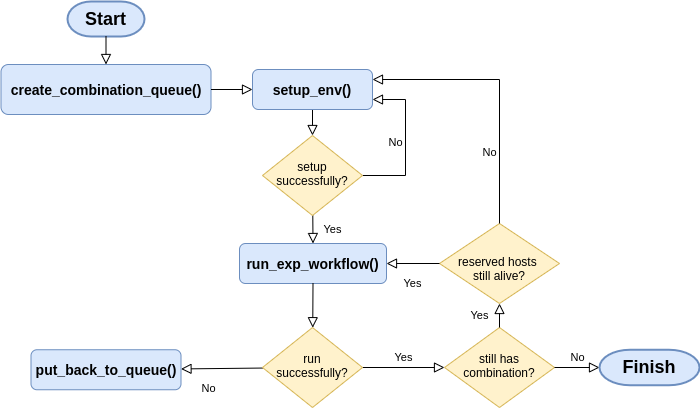
The draw.io diagram images/experiment_flowchart.png in ntlinh16/cloudal, before a commit. Source tidied: cells renumbered, new cells last; positions are measured from the earlier drawing's top-left corner, leaving out a move shared by most shapes.
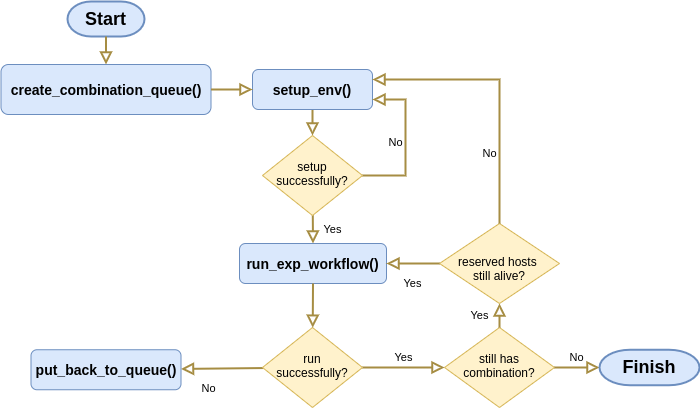
Above is the later version.

Commit message:
doc: change the color of the diagram for dark mode

What changed in the source:
```diff
@@ -2,16 +2,16 @@
   <root>
     <mxCell id="0" />
     <mxCell id="1" parent="0" />
-    <mxCell id="2" style="rounded=0;html=1;jettySize=auto;fontSize=11;endArrow=block;endFill=0;endSize=8;strokeWidth=1;shadow=0;labelBackgroundColor=none;" parent="1" edge="1" source="3" target="6">
+    <mxCell id="2" style="rounded=0;html=1;jettySize=auto;fontSize=11;endArrow=block;endFill=0;endSize=8;strokeWidth=2;shadow=0;labelBackgroundColor=none;strokeColor=#A68D43;" parent="1" edge="1" source="3" target="6">
       <mxGeometry relative="1" as="geometry" />
     </mxCell>
     <mxCell id="3" value="&lt;font style=&quot;font-size: 14px&quot;&gt;&lt;b&gt;setup_env()&lt;/b&gt;&lt;/font&gt;" style="rounded=1;whiteSpace=wrap;html=1;fontSize=12;glass=0;strokeWidth=1;shadow=0;fillColor=#dae8fc;strokeColor=#6c8ebf;" parent="1" vertex="1">
       <mxGeometry x="251" y="68" width="120" height="40" as="geometry" />
     </mxCell>
-    <mxCell id="4" value="Yes" style="rounded=0;html=1;jettySize=auto;fontSize=11;endArrow=block;endFill=0;endSize=8;strokeWidth=1;shadow=0;labelBackgroundColor=none;entryX=0.5;entryY=0;entryDx=0;entryDy=0;" parent="1" edge="1" source="6" target="11">
+    <mxCell id="4" value="Yes" style="rounded=0;html=1;jettySize=auto;fontSize=11;endArrow=block;endFill=0;endSize=8;strokeWidth=2;shadow=0;labelBackgroundColor=none;entryX=0.5;entryY=0;entryDx=0;entryDy=0;strokeColor=#A68D43;" parent="1" edge="1" source="6" target="11">
       <mxGeometry y="20" relative="1" as="geometry" />
     </mxCell>
-    <mxCell id="5" value="No" style="edgeStyle=orthogonalEdgeStyle;rounded=0;html=1;jettySize=auto;fontSize=11;endArrow=block;endFill=0;endSize=8;strokeWidth=1;shadow=0;labelBackgroundColor=none;entryX=1;entryY=0.75;entryDx=0;entryDy=0;exitX=1;exitY=0.5;exitDx=0;exitDy=0;" parent="1" edge="1" source="6" target="3">
+    <mxCell id="5" value="No" style="edgeStyle=orthogonalEdgeStyle;rounded=0;html=1;jettySize=auto;fontSize=11;endArrow=block;endFill=0;endSize=8;strokeWidth=2;shadow=0;labelBackgroundColor=none;entryX=1;entryY=0.75;entryDx=0;entryDy=0;exitX=1;exitY=0.5;exitDx=0;exitDy=0;strokeColor=#A68D43;" parent="1" edge="1" source="6" target="3">
       <mxGeometry y="10" relative="1" as="geometry">
         <Array as="points">
           <mxPoint x="404" y="174" />
@@ -22,10 +22,10 @@
     <mxCell id="6" value="setup&lt;br&gt;successfully?" style="rhombus;whiteSpace=wrap;html=1;shadow=0;fontFamily=Helvetica;fontSize=12;align=center;strokeWidth=1;spacing=6;spacingTop=-4;fillColor=#fff2cc;strokeColor=#d6b656;" parent="1" vertex="1">
       <mxGeometry x="261" y="134" width="100" height="80" as="geometry" />
     </mxCell>
-    <mxCell id="7" value="No" style="rounded=0;html=1;jettySize=auto;fontSize=11;endArrow=block;endFill=0;endSize=8;strokeWidth=1;shadow=0;labelBackgroundColor=none;" parent="1" edge="1" source="9" target="10">
+    <mxCell id="7" value="No" style="rounded=0;html=1;jettySize=auto;fontSize=11;endArrow=block;endFill=0;endSize=8;strokeWidth=2;shadow=0;labelBackgroundColor=none;strokeColor=#A68D43;" parent="1" edge="1" source="9" target="10">
       <mxGeometry x="0.33" y="20" relative="1" as="geometry" />
     </mxCell>
-    <mxCell id="8" value="Yes" style="rounded=0;html=1;jettySize=auto;fontSize=11;endArrow=block;endFill=0;endSize=8;strokeWidth=1;shadow=0;labelBackgroundColor=none;entryX=0;entryY=0.5;entryDx=0;entryDy=0;" parent="1" edge="1" source="9" target="12">
+    <mxCell id="8" value="Yes" style="rounded=0;html=1;jettySize=auto;fontSize=11;endArrow=block;endFill=0;endSize=8;strokeWidth=2;shadow=0;labelBackgroundColor=none;entryX=0;entryY=0.5;entryDx=0;entryDy=0;strokeColor=#A68D43;" parent="1" edge="1" source="9" target="12">
       <mxGeometry y="10" relative="1" as="geometry" />
     </mxCell>
     <mxCell id="9" value="run successfully?" style="rhombus;whiteSpace=wrap;html=1;shadow=0;fontFamily=Helvetica;fontSize=12;align=center;strokeWidth=1;spacing=6;spacingTop=-4;fillColor=#fff2cc;strokeColor=#d6b656;" parent="1" vertex="1">
@@ -40,28 +40,28 @@
     <mxCell id="12" value="still has combination?" style="rhombus;whiteSpace=wrap;html=1;shadow=0;fontFamily=Helvetica;fontSize=12;align=center;strokeWidth=1;spacing=6;spacingTop=-4;fillColor=#fff2cc;strokeColor=#d6b656;" parent="1" vertex="1">
       <mxGeometry x="443" y="326" width="110" height="80" as="geometry" />
     </mxCell>
-    <mxCell id="13" value="Yes" style="rounded=0;html=1;jettySize=auto;fontSize=11;endArrow=block;endFill=0;endSize=8;strokeWidth=1;shadow=0;labelBackgroundColor=none;exitX=0.5;exitY=0;exitDx=0;exitDy=0;entryX=0.5;entryY=1;entryDx=0;entryDy=0;" parent="1" edge="1" source="12" target="15">
+    <mxCell id="13" value="Yes" style="rounded=0;html=1;jettySize=auto;fontSize=11;endArrow=block;endFill=0;endSize=8;strokeWidth=2;shadow=0;labelBackgroundColor=none;exitX=0.5;exitY=0;exitDx=0;exitDy=0;entryX=0.5;entryY=1;entryDx=0;entryDy=0;strokeColor=#A68D43;" parent="1" edge="1" source="12" target="15">
       <mxGeometry y="20" relative="1" as="geometry" />
     </mxCell>
-    <mxCell id="14" value="No" style="rounded=0;html=1;jettySize=auto;fontSize=11;endArrow=block;endFill=0;endSize=8;strokeWidth=1;shadow=0;labelBackgroundColor=none;entryX=0;entryY=0.5;entryDx=0;entryDy=0;entryPerimeter=0;" parent="1" edge="1" source="12" target="21">
+    <mxCell id="14" value="No" style="rounded=0;html=1;jettySize=auto;fontSize=11;endArrow=block;endFill=0;endSize=8;strokeWidth=2;shadow=0;labelBackgroundColor=none;entryX=0;entryY=0.5;entryDx=0;entryDy=0;entryPerimeter=0;strokeColor=#A68D43;" parent="1" edge="1" source="12" target="21">
       <mxGeometry y="10" relative="1" as="geometry" />
     </mxCell>
     <mxCell id="15" value="&lt;br&gt;reserved hosts &lt;br&gt;still alive?" style="rhombus;whiteSpace=wrap;html=1;shadow=0;fontFamily=Helvetica;fontSize=12;align=center;strokeWidth=1;spacing=6;spacingTop=-4;fillColor=#fff2cc;strokeColor=#d6b656;" parent="1" vertex="1">
       <mxGeometry x="438" y="222" width="120" height="80" as="geometry" />
     </mxCell>
-    <mxCell id="16" value="Yes" style="rounded=0;html=1;jettySize=auto;fontSize=11;endArrow=block;endFill=0;endSize=8;strokeWidth=1;shadow=0;labelBackgroundColor=none;entryX=1;entryY=0.5;entryDx=0;entryDy=0;exitX=0;exitY=0.5;exitDx=0;exitDy=0;" parent="1" edge="1" source="15" target="11">
+    <mxCell id="16" value="Yes" style="rounded=0;html=1;jettySize=auto;fontSize=11;endArrow=block;endFill=0;endSize=8;strokeWidth=2;shadow=0;labelBackgroundColor=none;entryX=1;entryY=0.5;entryDx=0;entryDy=0;exitX=0;exitY=0.5;exitDx=0;exitDy=0;strokeColor=#A68D43;" parent="1" edge="1" source="15" target="11">
       <mxGeometry y="20" relative="1" as="geometry" />
     </mxCell>
-    <mxCell id="17" value="&amp;nbsp; &amp;nbsp; &amp;nbsp; &amp;nbsp; &amp;nbsp; &amp;nbsp; &amp;nbsp; &amp;nbsp;&lt;br&gt;&lt;br&gt;&lt;br&gt;&lt;br&gt;&lt;br&gt;&lt;br&gt;&lt;br&gt;&lt;br&gt;&lt;br&gt;&lt;br&gt;No" style="rounded=0;html=1;jettySize=auto;fontSize=11;endArrow=block;endFill=0;endSize=8;strokeWidth=1;shadow=0;labelBackgroundColor=none;entryX=1;entryY=0.25;entryDx=0;entryDy=0;exitX=0.5;exitY=0;exitDx=0;exitDy=0;comic=0;edgeStyle=orthogonalEdgeStyle;" parent="1" edge="1" source="15" target="3">
+    <mxCell id="17" value="&amp;nbsp; &amp;nbsp; &amp;nbsp; &amp;nbsp; &amp;nbsp; &amp;nbsp; &amp;nbsp; &amp;nbsp;&lt;br&gt;&lt;br&gt;&lt;br&gt;&lt;br&gt;&lt;br&gt;&lt;br&gt;&lt;br&gt;&lt;br&gt;&lt;br&gt;&lt;br&gt;No" style="rounded=0;html=1;jettySize=auto;fontSize=11;endArrow=block;endFill=0;endSize=8;strokeWidth=2;shadow=0;labelBackgroundColor=none;entryX=1;entryY=0.25;entryDx=0;entryDy=0;exitX=0.5;exitY=0;exitDx=0;exitDy=0;comic=0;edgeStyle=orthogonalEdgeStyle;strokeColor=#A68D43;" parent="1" edge="1" source="15" target="3">
       <mxGeometry y="10" relative="1" as="geometry" />
     </mxCell>
-    <mxCell id="18" style="rounded=0;html=1;jettySize=auto;fontSize=11;endArrow=block;endFill=0;endSize=8;strokeWidth=1;shadow=0;labelBackgroundColor=none;exitX=0.5;exitY=1;exitDx=0;exitDy=0;" parent="1" edge="1" source="11" target="9">
+    <mxCell id="18" style="rounded=0;html=1;jettySize=auto;fontSize=11;endArrow=block;endFill=0;endSize=8;strokeWidth=2;shadow=0;labelBackgroundColor=none;exitX=0.5;exitY=1;exitDx=0;exitDy=0;strokeColor=#A68D43;" parent="1" edge="1" source="11" target="9">
       <mxGeometry relative="1" as="geometry" />
     </mxCell>
     <mxCell id="19" value="&lt;b&gt;&lt;font style=&quot;font-size: 18px&quot;&gt;Start&lt;/font&gt;&lt;/b&gt;" style="strokeWidth=2;html=1;shape=mxgraph.flowchart.terminator;whiteSpace=wrap;fillColor=#dae8fc;strokeColor=#6c8ebf;" parent="1" vertex="1">
       <mxGeometry x="66" width="77" height="35" as="geometry" />
     </mxCell>
-    <mxCell id="20" style="rounded=0;html=1;jettySize=auto;fontSize=11;endArrow=block;endFill=0;endSize=8;strokeWidth=1;shadow=0;labelBackgroundColor=none;exitX=0.5;exitY=1;exitDx=0;exitDy=0;exitPerimeter=0;entryX=0.5;entryY=0;entryDx=0;entryDy=0;" parent="1" edge="1" source="19" target="22">
+    <mxCell id="20" style="rounded=0;html=1;jettySize=auto;fontSize=11;endArrow=block;endFill=0;endSize=8;strokeWidth=2;shadow=0;labelBackgroundColor=none;exitX=0.5;exitY=1;exitDx=0;exitDy=0;exitPerimeter=0;entryX=0.5;entryY=0;entryDx=0;entryDy=0;strokeColor=#A68D43;" parent="1" edge="1" source="19" target="22">
       <mxGeometry relative="1" as="geometry" />
     </mxCell>
     <mxCell id="21" value="&lt;b&gt;&lt;font style=&quot;font-size: 18px&quot;&gt;Finish&lt;/font&gt;&lt;/b&gt;" style="strokeWidth=2;html=1;shape=mxgraph.flowchart.terminator;whiteSpace=wrap;fillColor=#dae8fc;strokeColor=#6c8ebf;" parent="1" vertex="1">
@@ -70,7 +70,7 @@
     <mxCell id="22" value="&lt;font style=&quot;font-size: 14px&quot;&gt;&lt;b&gt;create_combination_queue()&lt;br&gt;&lt;/b&gt;&lt;/font&gt;" style="rounded=1;whiteSpace=wrap;html=1;fontSize=12;glass=0;strokeWidth=1;shadow=0;fillColor=#dae8fc;strokeColor=#6c8ebf;" parent="1" vertex="1">
       <mxGeometry x="-0.5" y="63" width="210" height="50" as="geometry" />
     </mxCell>
-    <mxCell id="23" style="rounded=0;html=1;jettySize=auto;fontSize=11;endArrow=block;endFill=0;endSize=8;strokeWidth=1;shadow=0;labelBackgroundColor=none;exitX=1;exitY=0.5;exitDx=0;exitDy=0;entryX=0;entryY=0.5;entryDx=0;entryDy=0;" parent="1" edge="1" source="22" target="3">
+    <mxCell id="23" style="rounded=0;html=1;jettySize=auto;fontSize=11;endArrow=block;endFill=0;endSize=8;strokeWidth=2;shadow=0;labelBackgroundColor=none;exitX=1;exitY=0.5;exitDx=0;exitDy=0;entryX=0;entryY=0.5;entryDx=0;entryDy=0;strokeColor=#A68D43;" parent="1" edge="1" source="22" target="3">
       <mxGeometry relative="1" as="geometry" />
     </mxCell>
   </root>
```
